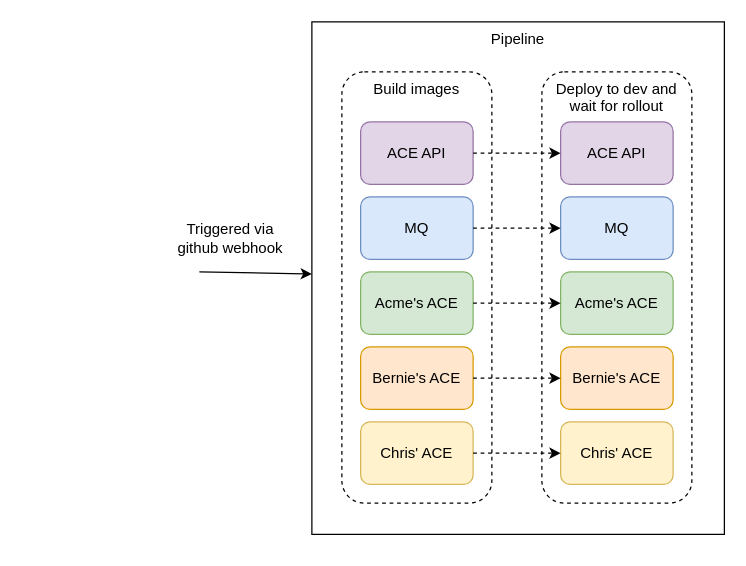
The draw.io diagram DrivewayDentDeletion/media/dev-pipeline.drawio in IBM/cp4i-deployment-samples, before the edit. Source tidied: cells renumbered, new cells numbered last; positions are measured from the earlier drawing's top-left corner, leaving out a move shared by most shapes. Both pictures are drawn from the tidied source at 125%, with x=0, y=0 at pixel (174, 21).
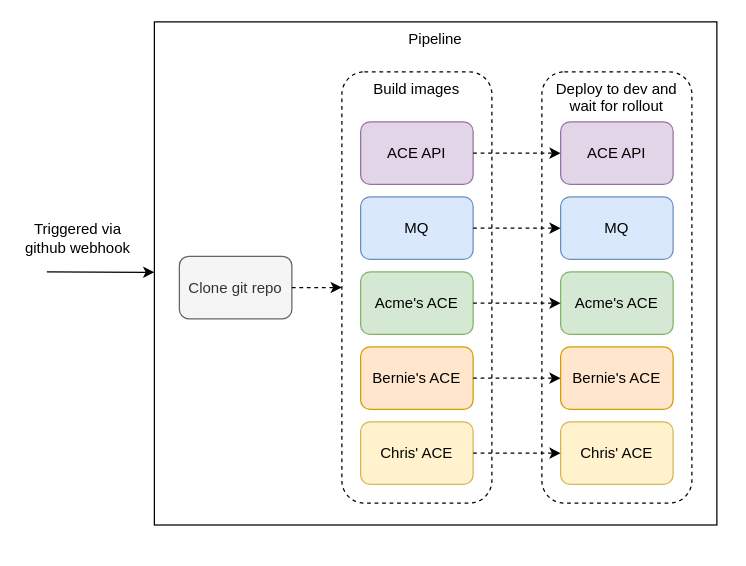
The same page after the edit.

Commit message (it also covers changes not shown here):
Update diagrams with new git clone task

The change refers to these unchanged cells:
```xml
<mxCell id="12" value="Build images" style="rounded=1;whiteSpace=wrap;html=1;horizontal=1;verticalAlign=top;dashed=1;" parent="1" vertex="1">
  <mxGeometry x="134" y="40" width="120" height="345" as="geometry" />
</mxCell>
```

Diff of the diagram source:
```diff
@@
     <mxCell id="2" value="Pipeline" style="rounded=0;whiteSpace=wrap;html=1;verticalAlign=top;" parent="1" vertex="1">
-      <mxGeometry x="110" width="330" height="410" as="geometry" />
+      <mxGeometry x="-16" width="450" height="402.5" as="geometry" />
     </mxCell>
@@
     <mxCell id="10" style="endArrow=classic;html=1;" parent="1" edge="1" target="2">
       <mxGeometry relative="1" as="geometry">
-        <mxPoint x="20" y="200" as="sourcePoint" />
+        <mxPoint x="-102" y="200" as="sourcePoint" />
       </mxGeometry>
     </mxCell>
     <mxCell id="11" value="Triggered via github webhook" style="text;html=1;strokeColor=none;fillColor=none;align=center;verticalAlign=middle;whiteSpace=wrap;rounded=0;" parent="1" vertex="1">
-      <mxGeometry y="162.5" width="90" height="20" as="geometry" />
+      <mxGeometry x="-122" y="162.5" width="90" height="20" as="geometry" />
     </mxCell>
@@
+    <mxCell id="24" value="Clone git repo" style="rounded=1;whiteSpace=wrap;html=1;fillColor=#f5f5f5;strokeColor=#666666;fontColor=#333333;" parent="1" vertex="1">
+      <mxGeometry x="4" y="187.5" width="90" height="50" as="geometry" />
+    </mxCell>
+    <mxCell id="25" style="endArrow=classic;html=1;dashed=1;" parent="1" edge="1" source="24" target="12">
+      <mxGeometry relative="1" as="geometry" />
+    </mxCell>
```
